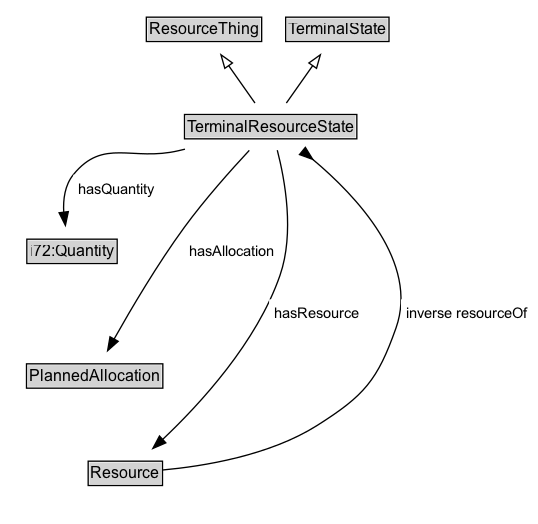
Above: docs/diagrams/TerminalResourceState.dot.png in ISO-TC204/ontology-cdm-p1-v1 (Graphviz), before the change. Its source is kept beside it as docs/diagrams/TerminalResourceState.dot.
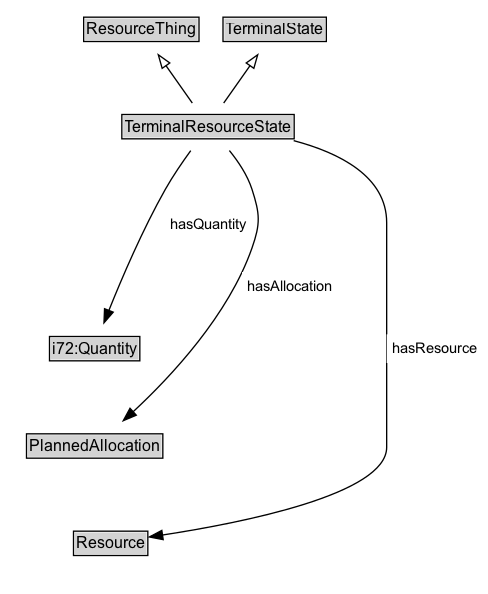
The same diagram one commit later.

Diff of the diagram source:
```diff
@@ -24,11 +24,10 @@
 	Invis -> i72_Quantity [style=invis]
 	i72_Quantity -> PlannedAllocation [style=invis]
 	PlannedAllocation -> Resource [style=invis]
-	Resource [label=<<TABLE BORDER="1" CELLBORDER="0" CELLSPACING="0" CELLPADDING="1"><TR><TD BGCOLOR="lightgray" ALIGN="CENTER">Resource</TD></TR></TABLE>> URL="../Resource" margin=0]
-	Resource -> TerminalResourceState [label=<<TABLE BORDER="0" CELLBORDER="0" CELLSPACING="0" CELLPADDING="4" BGCOLOR="white"><TR><TD ALIGN="CENTER">inverse resourceOf</TD></TR></TABLE>> arrowhead=inv style=solid]
 	PlannedAllocation [label=<<TABLE BORDER="1" CELLBORDER="0" CELLSPACING="0" CELLPADDING="1"><TR><TD BGCOLOR="lightgray" ALIGN="CENTER">PlannedAllocation</TD></TR></TABLE>> URL="../PlannedAllocation" margin=0]
 	TerminalResourceState -> PlannedAllocation [label=<<TABLE BORDER="0" CELLBORDER="0" CELLSPACING="0" CELLPADDING="4" BGCOLOR="white"><TR><TD ALIGN="CENTER">hasAllocation</TD></TR></TABLE>> arrowhead=normal style=solid]
 	i72_Quantity [label=<<TABLE BORDER="1" CELLBORDER="0" CELLSPACING="0" CELLPADDING="1"><TR><TD BGCOLOR="lightgray" ALIGN="CENTER">i72:Quantity</TD></TR></TABLE>> URL="https://w3id.org/citydata/21972/v1/Quantity" margin=0]
 	TerminalResourceState -> i72_Quantity [label=<<TABLE BORDER="0" CELLBORDER="0" CELLSPACING="0" CELLPADDING="4" BGCOLOR="white"><TR><TD ALIGN="CENTER">hasQuantity</TD></TR></TABLE>> arrowhead=normal style=solid]
+	Resource [label=<<TABLE BORDER="1" CELLBORDER="0" CELLSPACING="0" CELLPADDING="1"><TR><TD BGCOLOR="lightgray" ALIGN="CENTER">Resource</TD></TR></TABLE>> URL="../Resource" margin=0]
 	TerminalResourceState -> Resource [label=<<TABLE BORDER="0" CELLBORDER="0" CELLSPACING="0" CELLPADDING="4" BGCOLOR="white"><TR><TD ALIGN="CENTER">hasResource</TD></TR></TABLE>> arrowhead=normal style=solid]
 }
```
